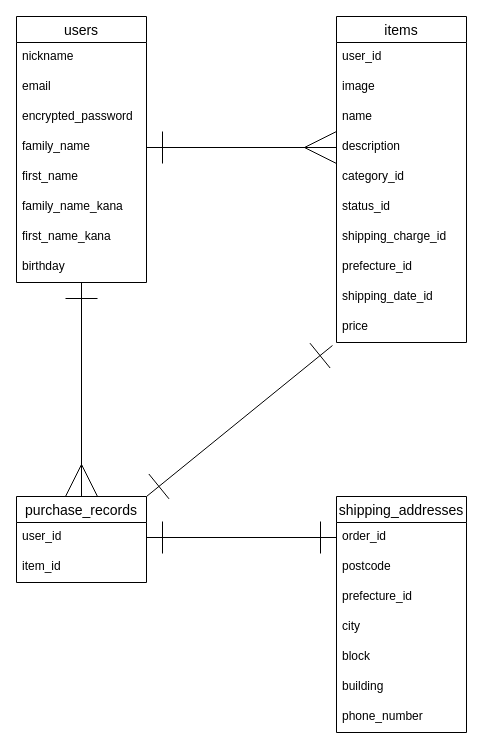
koudai4319/furima-38826 keeps this draw.io diagram as ER.dio. Above is the earlier version. Source tidied: cells renumbered, new cells numbered last; positions are measured from the earlier drawing's top-left corner, leaving out a move shared by most shapes. Both pictures are drawn from the tidied source at 100%, with x=0, y=0 at pixel (16, 16).
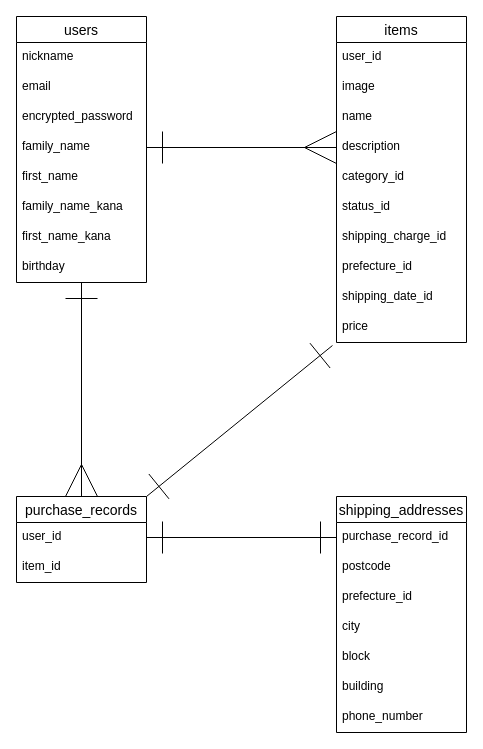
After the change.

Commit message:
er図の名称の修正

Unchanged cells that the change refers to:
```xml
<mxCell id="27" value="shipping_addresses" style="swimlane;fontStyle=0;horizontal=1;startSize=26;align=center;fontSize=14;" parent="1" vertex="1">
  <mxGeometry x="320" y="480" width="130" height="236" as="geometry" />
</mxCell>
```

Diff of the diagram source:
```diff
@@
-    <mxCell id="28" value="order_id" style="text;strokeColor=none;fillColor=none;spacingLeft=4;spacingRight=4;overflow=hidden;points=[[0,0.5],[1,0.5]];portConstraint=eastwest;fontSize=12;" parent="27" vertex="1">
+    <mxCell id="28" value="purchase_record_id" style="text;strokeColor=none;fillColor=none;spacingLeft=4;spacingRight=4;overflow=hidden;points=[[0,0.5],[1,0.5]];portConstraint=eastwest;fontSize=12;" parent="27" vertex="1">
       <mxGeometry y="26" width="130" height="30" as="geometry" />
     </mxCell>
```
